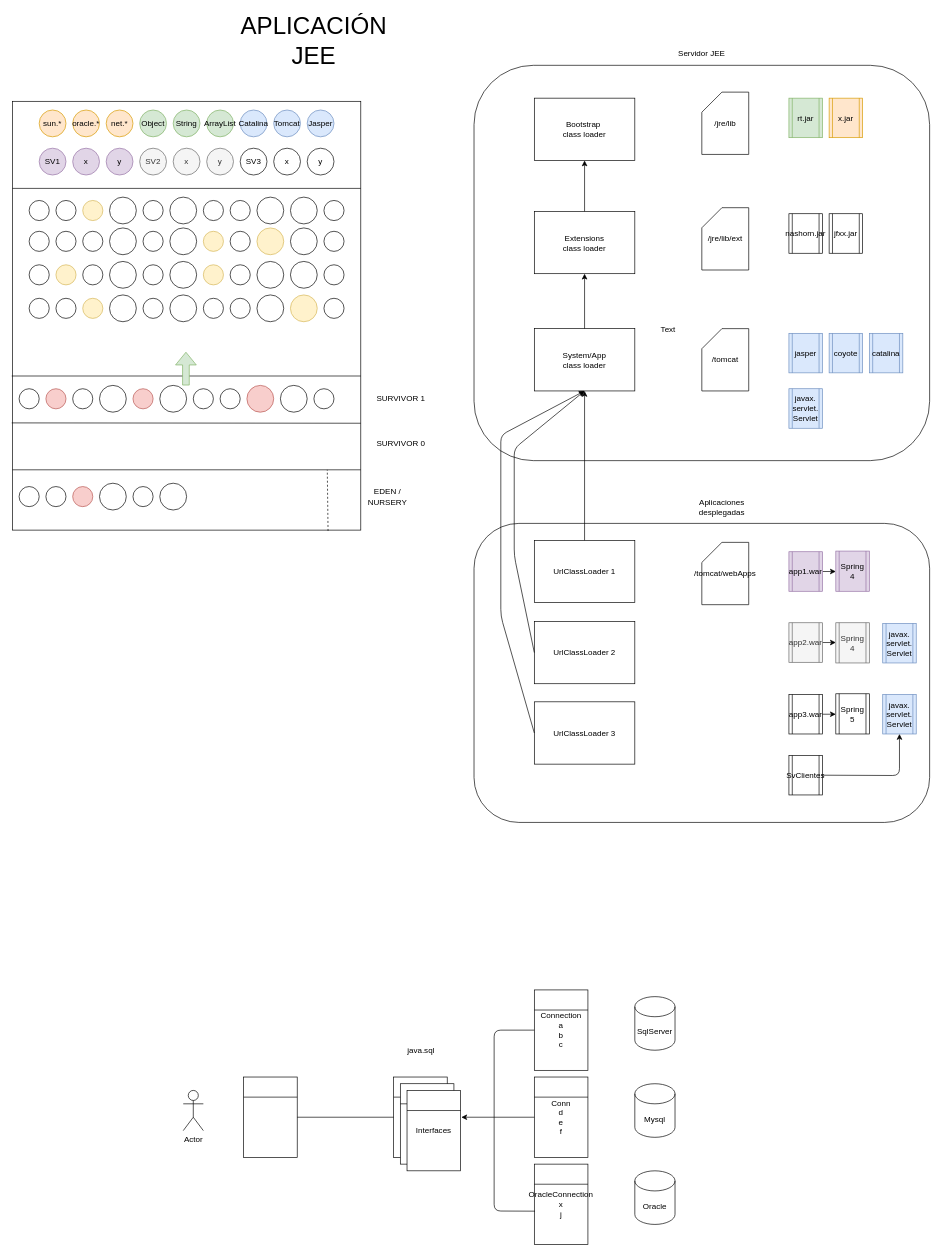
Before: page "Página-4" (4 of 6) of FEB-2022.drawio in lrag/rendimiento_jvm, a draw.io diagram. Source tidied: cells renumbered, new cells numbered last; positions are measured from the earlier drawing's top-left corner, leaving out a move shared by most shapes. Both pictures are drawn from the tidied source at 67%, with x=0, y=0 at pixel (11, 34).
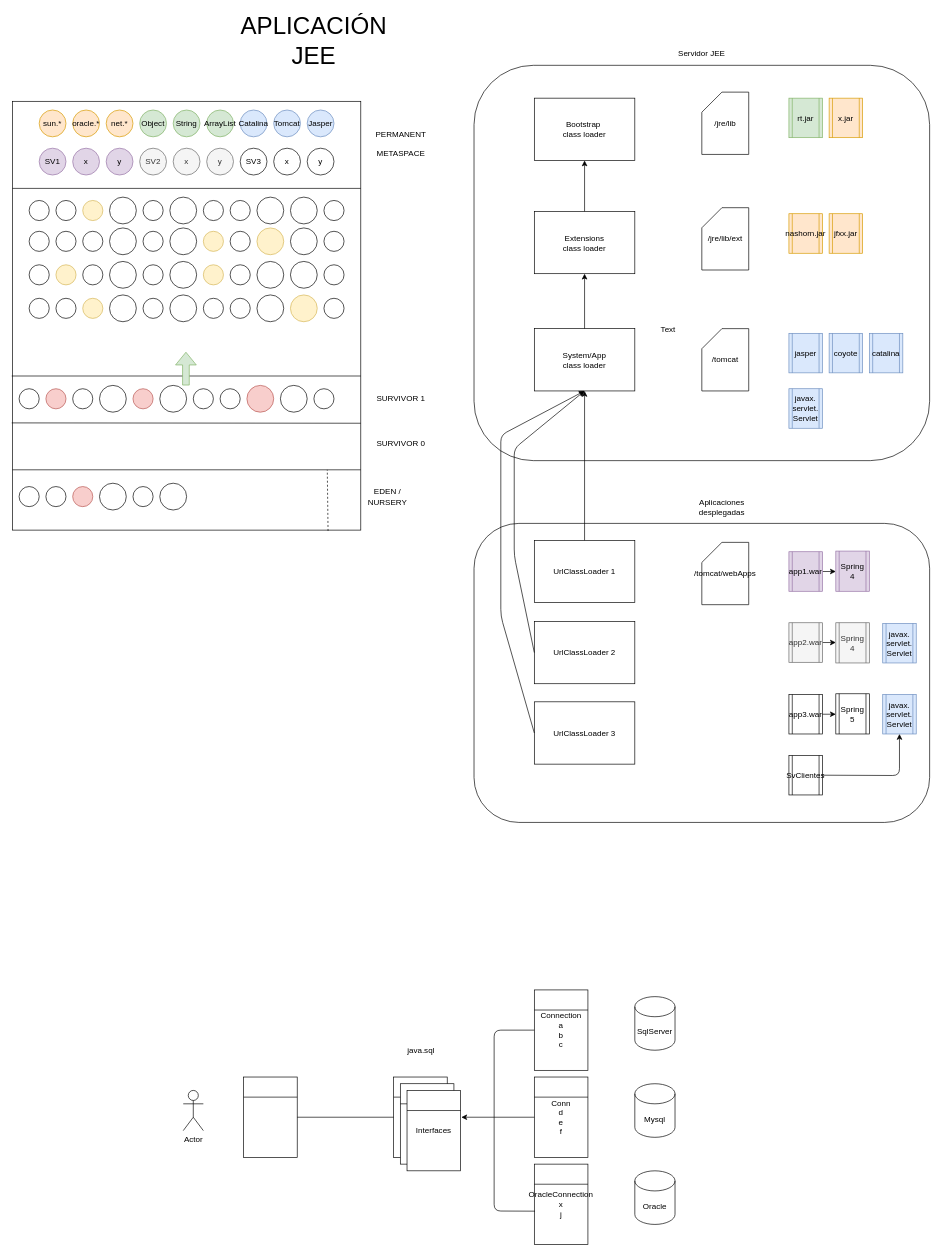
After the change.

The edit, as a diff of the source:
```diff
@@
-    <mxCell id="95" value="nashorn.jar" style="shape=process;whiteSpace=wrap;html=1;backgroundOutline=1;fillColor=none;" parent="1" vertex="1">
+    <mxCell id="95" value="nashorn.jar" style="shape=process;whiteSpace=wrap;html=1;backgroundOutline=1;fillColor=#ffe6cc;strokeColor=#d79b00;" parent="1" vertex="1">
       <mxGeometry x="1160" y="268.5" width="50" height="59" as="geometry" />
     </mxCell>
-    <mxCell id="96" value="jfxx.jar" style="shape=process;whiteSpace=wrap;html=1;backgroundOutline=1;fillColor=none;" parent="1" vertex="1">
+    <mxCell id="96" value="jfxx.jar" style="shape=process;whiteSpace=wrap;html=1;backgroundOutline=1;fillColor=#ffe6cc;strokeColor=#d79b00;" parent="1" vertex="1">
       <mxGeometry x="1220" y="268.5" width="50" height="59" as="geometry" />
     </mxCell>
@@
+    <mxCell id="156" value="PERMANENT&lt;br&gt;&lt;br&gt;METASPACE" style="text;html=1;strokeColor=none;fillColor=none;align=center;verticalAlign=middle;whiteSpace=wrap;rounded=0;fontSize=12;" parent="1" vertex="1">
+      <mxGeometry x="551" y="149" width="60" height="30" as="geometry" />
+    </mxCell>
```
